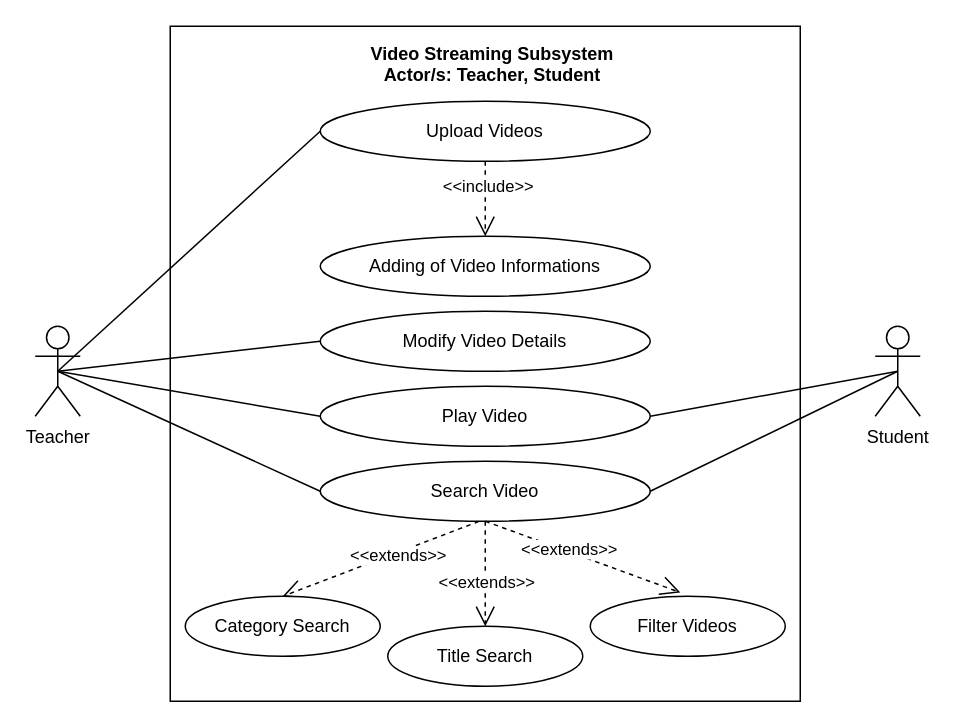
Above: page "VSS" (4 of 7) of REVISIONS/UML-DIAGRAMS/Diagrams 5-29-2021/Diagram.drawio in mrklglsn/CAPSTONE-FILES (draw.io), before the change. Source tidied: cells renumbered, new cells numbered last; positions are measured from the earlier drawing's top-left corner, leaving out a move shared by most shapes. Both pictures are drawn from the tidied source at 150%, with x=0, y=0 at pixel (34, 26).
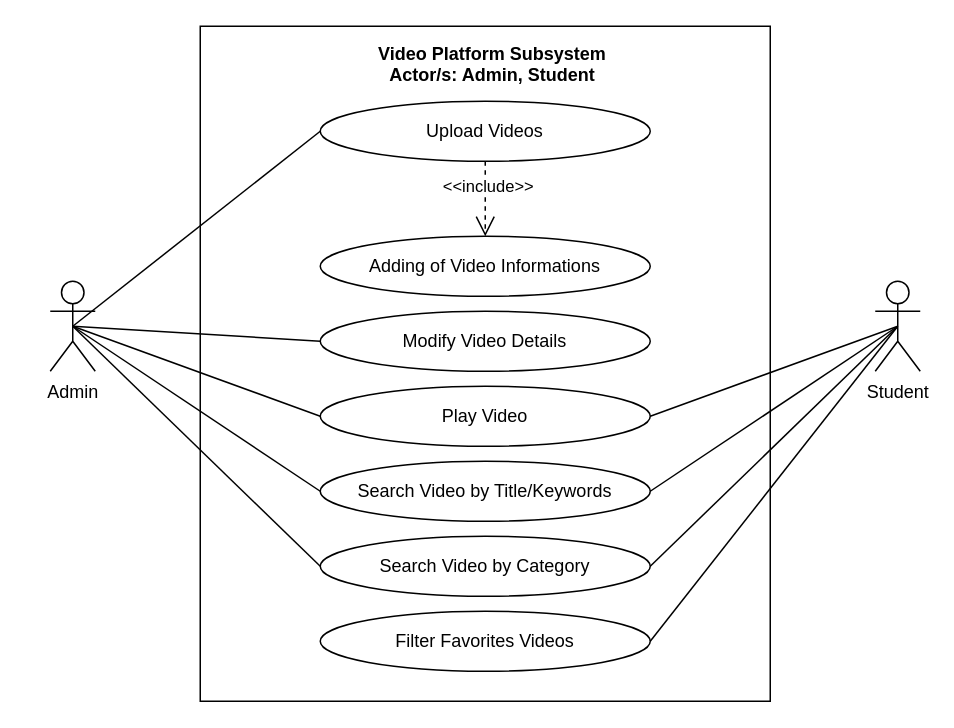
The same diagram, later.

Diff of the diagram source:
```diff
@@
     <mxCell id="2" style="html=1;fillColor=none;" parent="1" vertex="1">
-      <mxGeometry x="90" width="420" height="450" as="geometry" />
+      <mxGeometry x="110" width="380" height="450" as="geometry" />
     </mxCell>
@@
+    <mxCell id="28" style="edgeStyle=none;rounded=0;jettySize=auto;html=1;exitX=0.5;exitY=0.5;exitDx=0;exitDy=0;exitPerimeter=0;entryX=0;entryY=0.5;entryDx=0;entryDy=0;endArrow=none;endFill=0;endSize=8;" parent="1" edge="1" source="7" target="31">
+      <mxGeometry relative="1" as="geometry" />
+    </mxCell>
-    <mxCell id="7" value="Teacher" style="shape=umlActor;verticalLabelPosition=bottom;verticalAlign=top;html=1;fillColor=none;" parent="1" vertex="1">
-      <mxGeometry y="200" width="30" height="60" as="geometry" />
+    <mxCell id="7" value="Admin" style="shape=umlActor;verticalLabelPosition=bottom;verticalAlign=top;html=1;fillColor=none;" parent="1" vertex="1">
+      <mxGeometry x="10" y="170" width="30" height="60" as="geometry" />
     </mxCell>
@@
-    <mxCell id="11" value="Video Streaming Subsystem&#10;Actor/s: Teacher, Student" style="text;align=center;fontStyle=1;verticalAlign=middle;spacingLeft=3;spacingRight=3;strokeColor=none;fillColor=none;" parent="1" vertex="1">
+    <mxCell id="11" value="Video Platform Subsystem&#10;Actor/s: Admin, Student" style="text;align=center;fontStyle=1;verticalAlign=middle;spacingLeft=3;spacingRight=3;strokeColor=none;fillColor=none;" parent="1" vertex="1">
       <mxGeometry x="145" y="10" width="320" height="30" as="geometry" />
     </mxCell>
@@
-    <mxCell id="14" value="Search Video" style="ellipse;whiteSpace=wrap;html=1;fillColor=none;" parent="1" vertex="1">
+    <mxCell id="14" value="Search Video by Title/Keywords" style="ellipse;whiteSpace=wrap;html=1;fillColor=none;" parent="1" vertex="1">
       <mxGeometry x="190" y="290" width="220" height="40" as="geometry" />
     </mxCell>
@@
-    <mxCell id="16" style="rounded=0;jumpStyle=arc;jumpSize=14;jettySize=auto;html=1;exitX=0.481;exitY=1.003;exitDx=0;exitDy=0;startArrow=none;startFill=0;endArrow=open;endFill=0;startSize=11;endSize=11;dashed=1;exitPerimeter=0;entryX=0.5;entryY=0;entryDx=0;entryDy=0;" parent="1" edge="1" target="20">
-      <mxGeometry relative="1" as="geometry">
-        <mxPoint x="295.8" y="330.1" as="sourcePoint" />
-      </mxGeometry>
-    </mxCell>
-    <mxCell id="17" value="&amp;lt;&amp;lt;extends&amp;gt;&amp;gt;" style="edgeLabel;html=1;align=center;verticalAlign=middle;" parent="16" vertex="1">
-      <mxGeometry x="-0.16" y="2" relative="1" as="geometry" />
-    </mxCell>
-    <mxCell id="18" style="rounded=0;jumpStyle=arc;jumpSize=14;jettySize=auto;html=1;exitX=0.5;exitY=1;exitDx=0;exitDy=0;startArrow=none;startFill=0;endArrow=open;endFill=0;startSize=11;endSize=11;dashed=1;entryX=0.462;entryY=-0.062;entryDx=0;entryDy=0;entryPerimeter=0;" parent="1" edge="1" source="14" target="27">
-      <mxGeometry relative="1" as="geometry" />
-    </mxCell>
-    <mxCell id="19" value="&amp;lt;&amp;lt;extends&amp;gt;&amp;gt;" style="edgeLabel;html=1;align=center;verticalAlign=middle;" parent="18" vertex="1">
-      <mxGeometry x="-0.16" y="2" relative="1" as="geometry" />
-    </mxCell>
-    <mxCell id="20" value="Category Search" style="ellipse;whiteSpace=wrap;html=1;" parent="1" vertex="1">
-      <mxGeometry x="100" y="380" width="130" height="40" as="geometry" />
-    </mxCell>
-    <mxCell id="21" style="edgeStyle=none;rounded=0;jumpStyle=arc;jumpSize=14;jettySize=auto;html=1;exitX=0.5;exitY=0;exitDx=0;exitDy=0;startArrow=none;startFill=0;endArrow=open;endFill=0;startSize=11;endSize=11;dashed=1;entryX=0.5;entryY=0;entryDx=0;entryDy=0;" parent="1" edge="1" target="23">
-      <mxGeometry relative="1" as="geometry">
-        <mxPoint x="300" y="330" as="sourcePoint" />
-        <Array as="points">
-          <mxPoint x="300" y="360" />
-        </Array>
-      </mxGeometry>
-    </mxCell>
-    <mxCell id="22" value="&amp;lt;&amp;lt;extends&amp;gt;&amp;gt;" style="edgeLabel;html=1;align=center;verticalAlign=middle;" parent="21" vertex="1">
-      <mxGeometry x="0.14" relative="1" as="geometry" />
-    </mxCell>
-    <mxCell id="23" value="Title Search" style="ellipse;whiteSpace=wrap;html=1;fillColor=none;" parent="1" vertex="1">
-      <mxGeometry x="235" y="400" width="130" height="40" as="geometry" />
-    </mxCell>
@@
+    <mxCell id="29" style="edgeStyle=none;rounded=0;jettySize=auto;html=1;exitX=0.5;exitY=0.5;exitDx=0;exitDy=0;exitPerimeter=0;entryX=1;entryY=0.5;entryDx=0;entryDy=0;endArrow=none;endFill=0;endSize=8;" parent="1" edge="1" source="26" target="31">
+      <mxGeometry relative="1" as="geometry" />
+    </mxCell>
+    <mxCell id="30" style="edgeStyle=none;rounded=0;jettySize=auto;html=1;exitX=0.5;exitY=0.5;exitDx=0;exitDy=0;exitPerimeter=0;entryX=1;entryY=0.5;entryDx=0;entryDy=0;endArrow=none;endFill=0;endSize=8;" parent="1" edge="1" source="26" target="32">
+      <mxGeometry relative="1" as="geometry" />
+    </mxCell>
     <mxCell id="26" value="Student" style="shape=umlActor;verticalLabelPosition=bottom;verticalAlign=top;html=1;fillColor=none;" parent="1" vertex="1">
-      <mxGeometry x="560" y="200" width="30" height="60" as="geometry" />
+      <mxGeometry x="560" y="170" width="30" height="60" as="geometry" />
     </mxCell>
-    <mxCell id="27" value="Filter Videos" style="ellipse;whiteSpace=wrap;html=1;" parent="1" vertex="1">
-      <mxGeometry x="370" y="380" width="130" height="40" as="geometry" />
-    </mxCell>
+    <mxCell id="31" value="Search Video by Category" style="ellipse;whiteSpace=wrap;html=1;fillColor=none;" parent="1" vertex="1">
+      <mxGeometry x="190" y="340" width="220" height="40" as="geometry" />
+    </mxCell>
+    <mxCell id="32" value="Filter Favorites Videos" style="ellipse;whiteSpace=wrap;html=1;fillColor=none;" parent="1" vertex="1">
+      <mxGeometry x="190" y="390" width="220" height="40" as="geometry" />
+    </mxCell>
```
